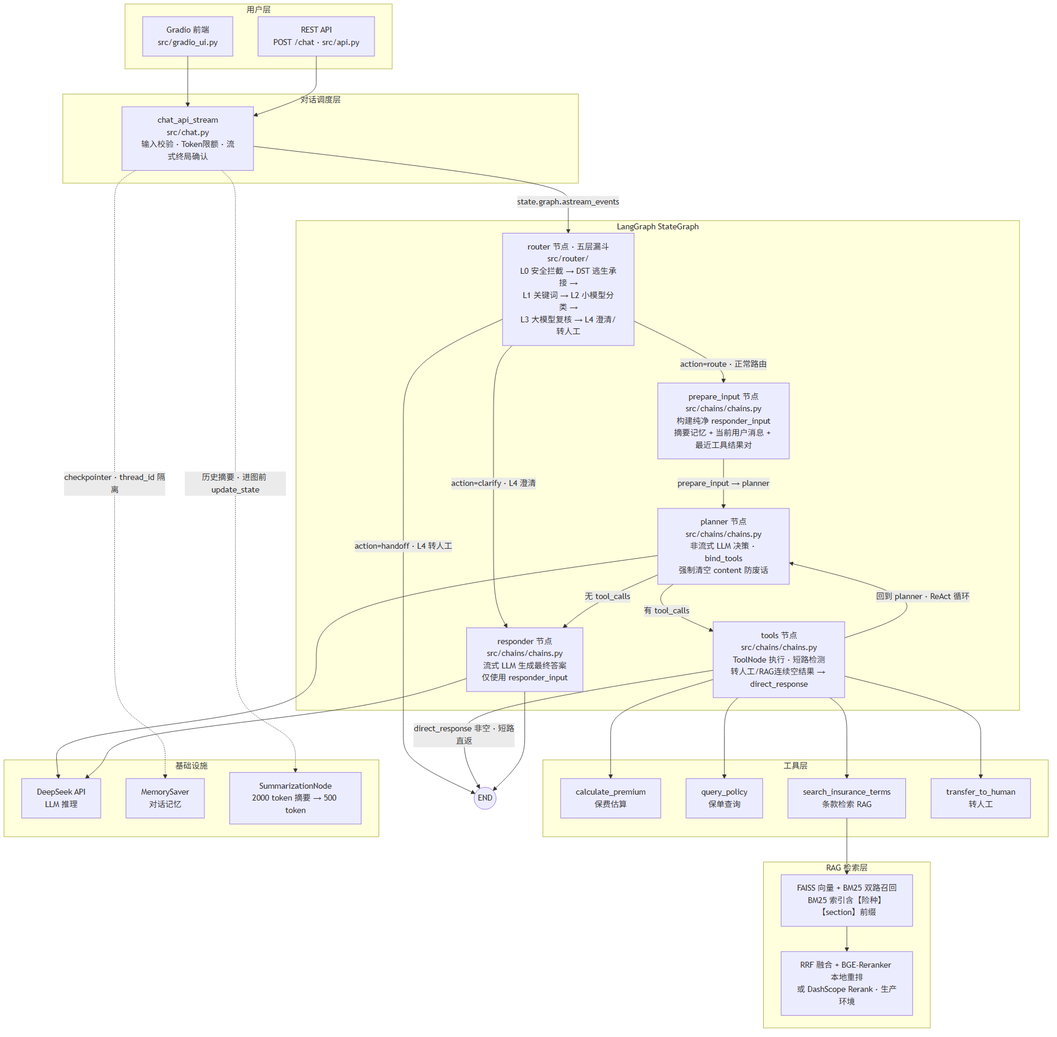
Before: doc/architecture.png, a diagram exported from Mermaid (rooneyron/car_insurance_mvp). Its source is kept beside it as doc/architecture.mmd.
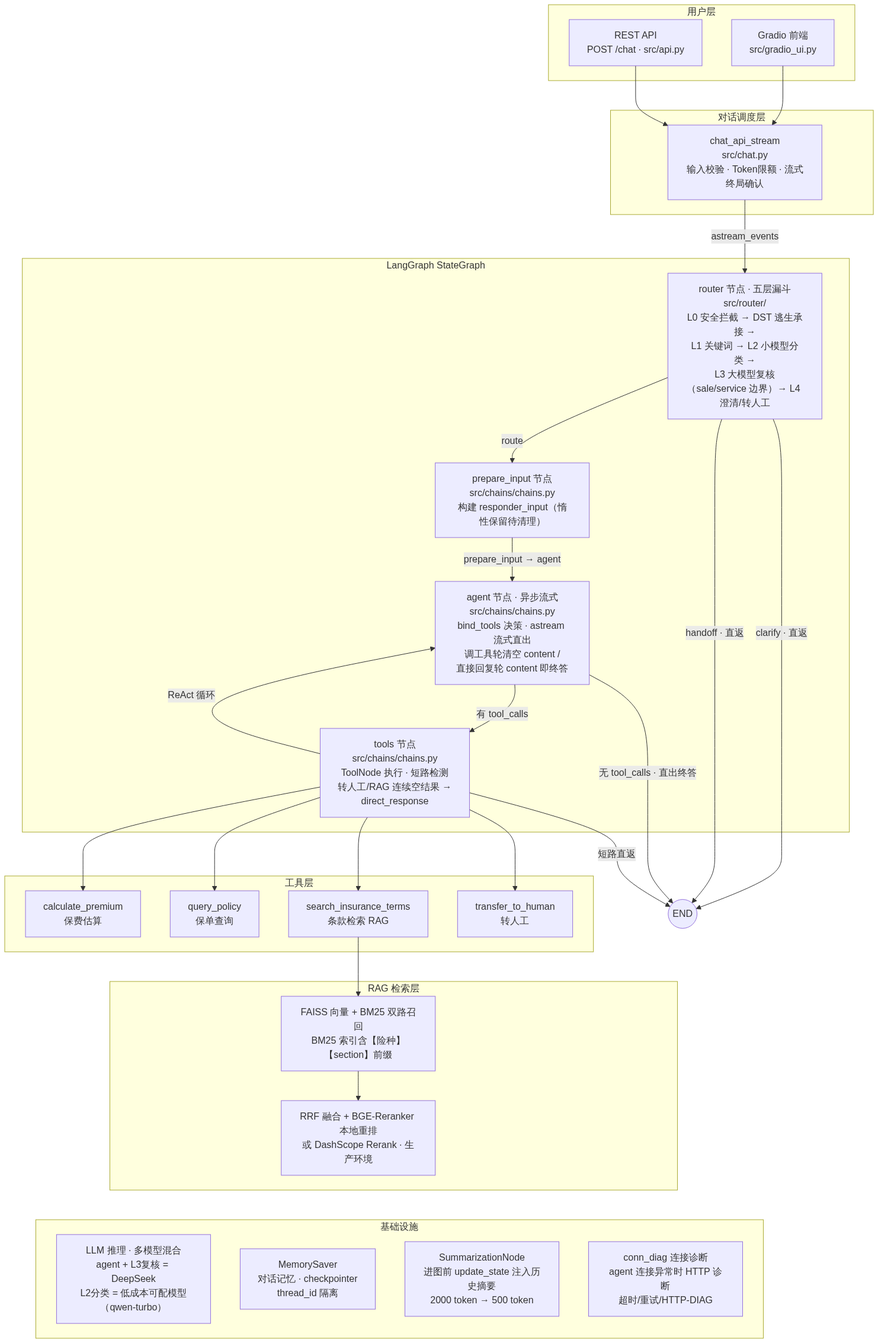
Later version of the same file.

Change to the diagram source:
```diff
@@ -11,11 +11,10 @@
     end
 
     subgraph LangGraph StateGraph
-        D["router 节点 · 五层漏斗<br/>src/router/<br/>L0 安全拦截 → DST 逃生承接 →<br/>L1 关键词 → L2 小模型分类 →<br/>L3 大模型复核 → L4 澄清/转人工"]
-        D2["prepare_input 节点<br/>src/chains/chains.py<br/>构建纯净 responder_input<br/>摘要记忆 + 当前用户消息 + 最近工具结果对"]
-        E["planner 节点<br/>src/chains/chains.py<br/>非流式 LLM 决策 · bind_tools<br/>强制清空 content 防废话"]
-        F["tools 节点<br/>src/chains/chains.py<br/>ToolNode 执行 · 短路检测<br/>转人工/RAG连续空结果 → direct_response"]
-        G["responder 节点<br/>src/chains/chains.py<br/>流式 LLM 生成最终答案<br/>仅使用 responder_input"]
+        D["router 节点 · 五层漏斗<br/>src/router/<br/>L0 安全拦截 → DST 逃生承接 →<br/>L1 关键词 → L2 小模型分类 →<br/>L3 大模型复核（sale/service 边界）→ L4 澄清/转人工"]
+        D2["prepare_input 节点<br/>src/chains/chains.py<br/>构建 responder_input（惰性保留待清理）"]
+        E["agent 节点 · 异步流式<br/>src/chains/chains.py<br/>bind_tools 决策 · astream 流式直出<br/>调工具轮清空 content /<br/>直接回复轮 content 即终答"]
+        F["tools 节点<br/>src/chains/chains.py<br/>ToolNode 执行 · 短路检测<br/>转人工/RAG 连续空结果 →<br/>direct_response"]
     end
 
     subgraph 工具层
@@ -31,30 +30,30 @@
     end
 
     subgraph 基础设施
-        N["DeepSeek API<br/>LLM 推理"]
-        O["MemorySaver<br/>对话记忆"]
-        P["SummarizationNode<br/>2000 token 摘要 → 500 token"]
+        N["LLM 推理 · 多模型混合<br/>agent + L3复核 = DeepSeek<br/>L2分类 = 低成本可配模型（qwen-turbo）"]
+        O["MemorySaver<br/>对话记忆 · checkpointer<br/>thread_id 隔离"]
+        P["SummarizationNode<br/>进图前 update_state 注入历史摘要<br/>2000 token → 500 token"]
+        Q["conn_diag 连接诊断<br/>agent 连接异常时 HTTP 诊断<br/>超时/重试/HTTP-DIAG"]
     end
 
     A --> C
     B --> C
-    C -->|"state.graph.astream_events"| D
-    D -->|"action=route · 正常路由"| D2
-    D -->|"action=clarify · L4 澄清"| G
-    D -->|"action=handoff · L4 转人工"| END_NODE
-    D2 -->|"prepare_input → planner"| E
+    C -->|"astream_events"| D
+    D -->|"route"| D2
+    D -->|"clarify · 直返"| END_NODE
+    D -->|"handoff · 直返"| END_NODE
+    D2 -->|"prepare_input → agent"| E
     E -->|"有 tool_calls"| F
-    E -->|"无 tool_calls"| G
-    F -->|"direct_response 非空 · 短路直返"| END_NODE
-    F -->|"回到 planner · ReAct 循环"| E
-    G --> END_NODE
+    E -->|"无 tool_calls · 直出终答"| END_NODE
+    F -->|"短路直返"| END_NODE
+    F -->|"ReAct 循环"| E
     F --> H
     F --> I
     F --> J
     F --> K
     J --> L
     L --> M
-    E --> N
-    G --> N
-    C -.->|"历史摘要 · 进图前 update_state"| P
-    C -.->|"checkpointer · thread_id 隔离"| O
+    M ~~~ N
+    M ~~~ O
+    M ~~~ P
+    M ~~~ Q
```
